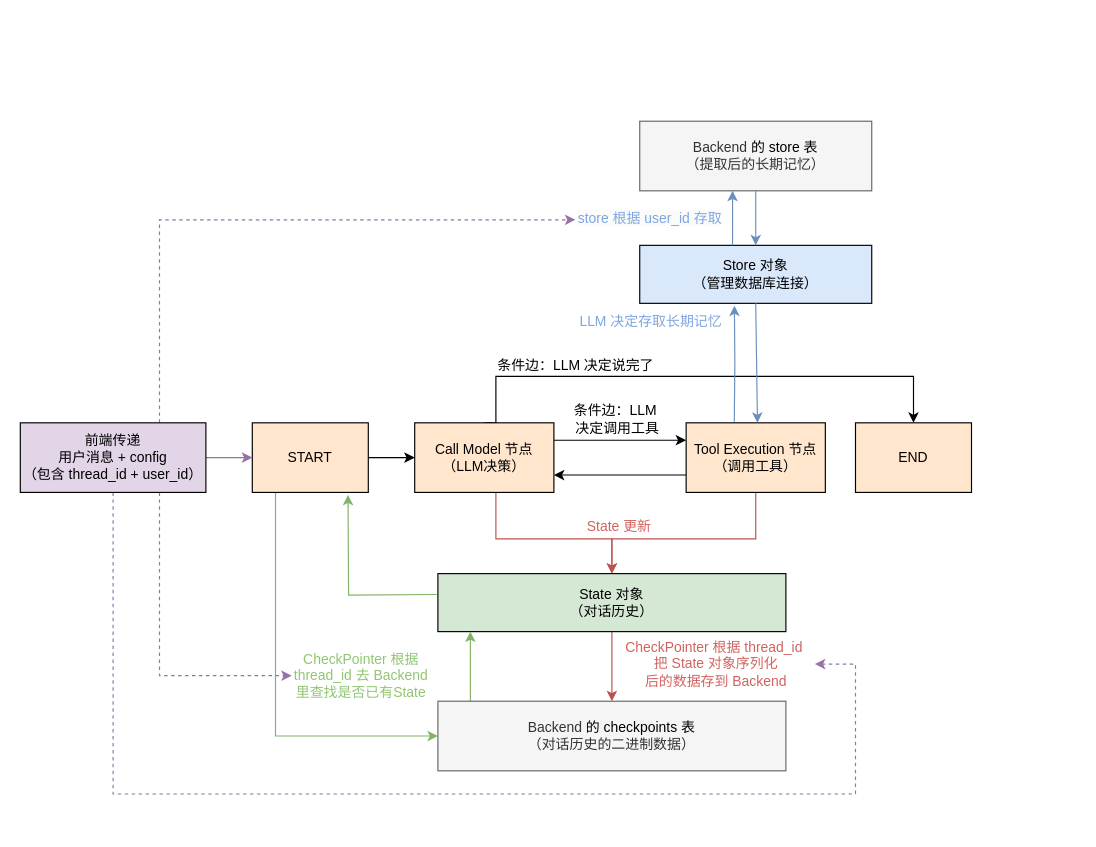
Earlier version of the draw.io diagram Notes/deepagents_memory.drawio (pluvo070/AI-Learning-Lab). Source tidied: cells renumbered, new cells numbered last; positions are measured from the earlier drawing's top-left corner, leaving out a move shared by most shapes. Both pictures are drawn from the tidied source at 116%, with x=0, y=0 at pixel (20, 121).
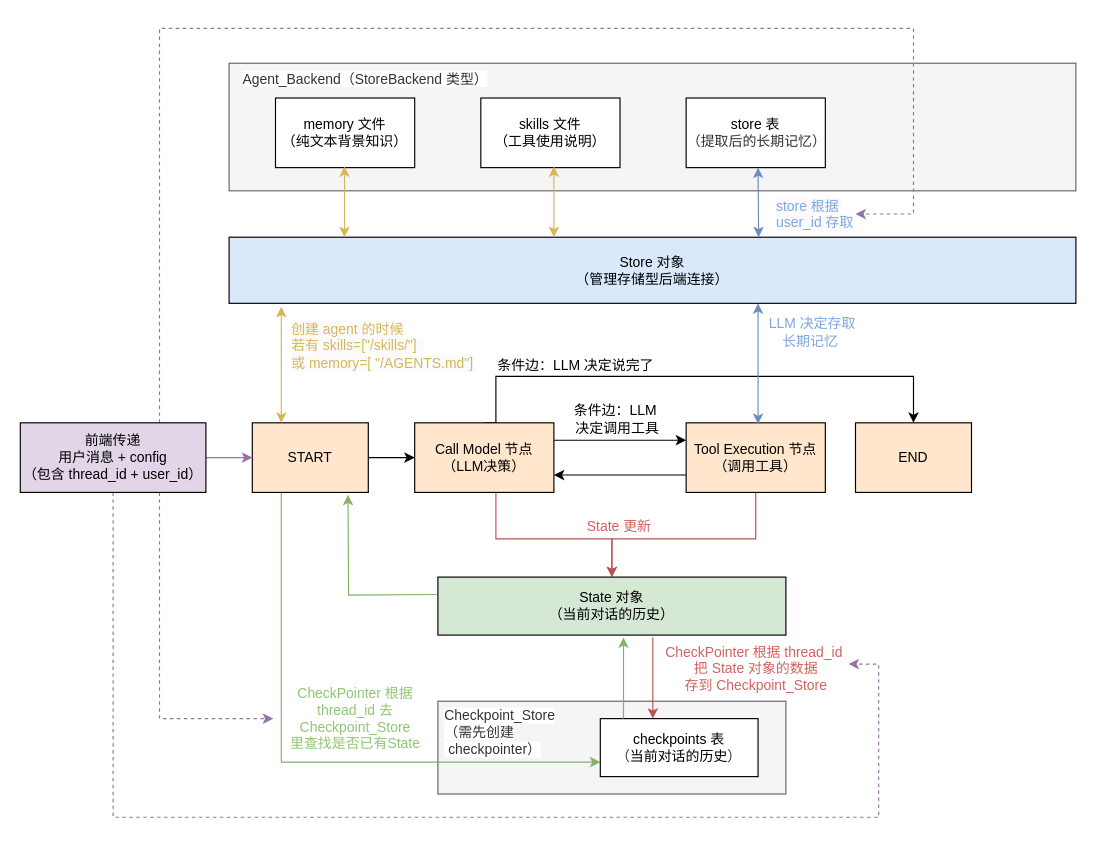
After the change.

The change refers to these unchanged cells:
```xml
<mxCell id="4" value="START" style="rounded=0;whiteSpace=wrap;html=1;fillColor=#ffe6cc;strokeColor=light-dark(#000000, #996500);" parent="1" vertex="1">
  <mxGeometry x="200" y="260" width="100" height="60" as="geometry" />
</mxCell>
<mxCell id="29" value="前端传递&lt;div&gt;&lt;span style=&quot;background-color: transparent; color: light-dark(rgb(0, 0, 0), rgb(255, 255, 255));&quot;&gt;用户消息 + config&lt;/span&gt;&lt;div&gt;（包含 thread_id + user_id）&lt;/div&gt;&lt;/div&gt;" style="rounded=0;whiteSpace=wrap;html=1;fillColor=#e1d5e7;strokeColor=#000000;" parent="1" vertex="1">
  <mxGeometry y="260" width="160" height="60" as="geometry" />
</mxCell>
```

The edit, as a diff of the source:
```diff
@@
+    <mxCell id="18" style="rounded=0;whiteSpace=wrap;html=1;fillColor=#f5f5f5;strokeColor=#666666;fontColor=#333333;" parent="1" vertex="1">
+      <mxGeometry x="360" y="500" width="300" height="80" as="geometry" />
+    </mxCell>
@@
-    <mxCell id="3" style="edgeStyle=orthogonalEdgeStyle;rounded=0;jettySize=auto;html=1;exitX=0.5;exitY=1;exitDx=0;exitDy=0;entryX=0;entryY=0.5;entryDx=0;entryDy=0;fillColor=#d5e8d4;strokeColor=#82b366;" parent="1" edge="1" source="4" target="18">
-      <mxGeometry relative="1" as="geometry">
-        <Array as="points">
-          <mxPoint x="220" y="320" />
-          <mxPoint x="220" y="530" />
-        </Array>
-      </mxGeometry>
-    </mxCell>
+    <mxCell id="36" style="edgeStyle=orthogonalEdgeStyle;rounded=0;jettySize=auto;html=1;exitX=0.25;exitY=1;exitDx=0;exitDy=0;entryX=0;entryY=0.75;entryDx=0;entryDy=0;fillColor=#d5e8d4;strokeColor=#82b366;" parent="1" edge="1" source="4" target="39">
+      <mxGeometry relative="1" as="geometry" />
+    </mxCell>
@@
-    <mxCell id="15" style="edgeStyle=orthogonalEdgeStyle;rounded=0;jettySize=auto;html=1;exitX=0.5;exitY=1;exitDx=0;exitDy=0;entryX=0.5;entryY=0;entryDx=0;entryDy=0;fillColor=#f8cecc;strokeColor=#b85450;" parent="1" edge="1" source="16" target="18">
-      <mxGeometry relative="1" as="geometry" />
-    </mxCell>
-    <mxCell id="16" value="State 对象&lt;div&gt;（对话历史）&lt;/div&gt;" style="rounded=0;whiteSpace=wrap;html=1;fillColor=#d5e8d4;strokeColor=light-dark(#000000, #5c79a3);" parent="1" vertex="1">
-      <mxGeometry x="360" y="390" width="300" height="50" as="geometry" />
+    <mxCell id="16" value="State 对象&lt;div&gt;（当前对话的历史）&lt;/div&gt;" style="rounded=0;whiteSpace=wrap;html=1;fillColor=#d5e8d4;strokeColor=light-dark(#000000, #5c79a3);" parent="1" vertex="1">
+      <mxGeometry x="360" y="393" width="300" height="50" as="geometry" />
     </mxCell>
-    <mxCell id="17" style="edgeStyle=orthogonalEdgeStyle;rounded=0;orthogonalLoop=1;jettySize=auto;html=1;exitX=0.25;exitY=0;exitDx=0;exitDy=0;entryX=0.25;entryY=1;entryDx=0;entryDy=0;fillColor=#d5e8d4;strokeColor=#82b366;" parent="1" edge="1">
-      <mxGeometry relative="1" as="geometry">
-        <mxPoint x="388" y="500" as="sourcePoint" />
-        <mxPoint x="388" y="440" as="targetPoint" />
-      </mxGeometry>
-    </mxCell>
-    <mxCell id="18" value="Backend&amp;nbsp;&lt;span style=&quot;background-color: transparent; color: light-dark(rgb(0, 0, 0), rgb(255, 255, 255));&quot;&gt;的 checkpoints 表&lt;/span&gt;&lt;div&gt;（对话历史的二进制数据）&lt;/div&gt;" style="rounded=0;whiteSpace=wrap;html=1;fillColor=#f5f5f5;strokeColor=#666666;fontColor=#333333;" parent="1" vertex="1">
-      <mxGeometry x="360" y="500" width="300" height="60" as="geometry" />
-    </mxCell>
-    <mxCell id="19" value="CheckPointer 根据&lt;div&gt;thread_id 去 Backend&lt;/div&gt;&lt;div&gt;里查找是否已有State&lt;/div&gt;" style="text;strokeColor=none;align=center;fillColor=none;html=1;verticalAlign=middle;whiteSpace=wrap;rounded=0;fontColor=light-dark(#90C671,#EDEDED);" parent="1" vertex="1">
-      <mxGeometry x="234" y="443" width="120" height="70" as="geometry" />
+    <mxCell id="19" value="CheckPointer 根据&lt;div&gt;thread_id 去 Checkpoint_Store&lt;/div&gt;&lt;div&gt;里查找是否已有State&lt;/div&gt;" style="text;strokeColor=none;align=center;fillColor=none;html=1;verticalAlign=middle;whiteSpace=wrap;rounded=0;fontColor=light-dark(#90C671,#EDEDED);" parent="1" vertex="1">
+      <mxGeometry x="218" y="480" width="142" height="70" as="geometry" />
     </mxCell>
@@
-    <mxCell id="21" value="CheckPointer 根据&amp;nbsp;&lt;span style=&quot;background-color: transparent;&quot;&gt;thread_id&amp;nbsp;&lt;/span&gt;&lt;div&gt;把 State 对象序列化&lt;div&gt;后的数据存到 Backend&lt;/div&gt;&lt;/div&gt;" style="text;strokeColor=none;align=center;fillColor=none;html=1;verticalAlign=middle;whiteSpace=wrap;rounded=0;fontColor=light-dark(#D0635F,#D0635F);" parent="1" vertex="1">
-      <mxGeometry x="515" y="443" width="170" height="50" as="geometry" />
+    <mxCell id="21" value="CheckPointer 根据&amp;nbsp;&lt;span style=&quot;background-color: transparent;&quot;&gt;thread_id&amp;nbsp;&lt;/span&gt;&lt;div&gt;把 State 对象&lt;span style=&quot;background-color: transparent; color: light-dark(rgb(208, 99, 95), rgb(208, 99, 95));&quot;&gt;的数据&lt;/span&gt;&lt;/div&gt;&lt;div&gt;&lt;span style=&quot;background-color: transparent; color: light-dark(rgb(208, 99, 95), rgb(208, 99, 95));&quot;&gt;存到 Checkpoint_Store&lt;/span&gt;&lt;/div&gt;" style="text;strokeColor=none;align=center;fillColor=none;html=1;verticalAlign=middle;whiteSpace=wrap;rounded=0;fontColor=light-dark(#D0635F,#D0635F);" parent="1" vertex="1">
+      <mxGeometry x="555" y="447" width="159" height="50" as="geometry" />
     </mxCell>
@@
-    <mxCell id="23" value="Backend&amp;nbsp;&lt;span style=&quot;background-color: transparent; color: light-dark(rgb(0, 0, 0), rgb(255, 255, 255));&quot;&gt;的 store 表&lt;/span&gt;&lt;div&gt;（提取后的长期记忆）&lt;/div&gt;" style="rounded=0;whiteSpace=wrap;html=1;fillColor=#f5f5f5;strokeColor=#666666;fontColor=#333333;" parent="1" vertex="1">
-      <mxGeometry x="534" width="200" height="60" as="geometry" />
+    <mxCell id="23" value="&lt;span style=&quot;background-color: transparent; color: light-dark(rgb(0, 0, 0), rgb(255, 255, 255));&quot;&gt;&lt;br&gt;&lt;/span&gt;" style="rounded=0;whiteSpace=wrap;html=1;fillColor=#f5f5f5;strokeColor=#666666;fontColor=#333333;" parent="1" vertex="1">
+      <mxGeometry x="180" y="-50" width="730" height="110" as="geometry" />
     </mxCell>
-    <mxCell id="24" value="LLM 决定存取&lt;span style=&quot;background-color: transparent; color: light-dark(rgb(126, 166, 224), rgb(237, 237, 237));&quot;&gt;长期记忆&lt;/span&gt;&lt;span style=&quot;background-color: transparent; color: light-dark(rgb(126, 166, 224), rgb(237, 237, 237));&quot;&gt;&amp;nbsp;&lt;/span&gt;" style="text;strokeColor=none;align=center;fillColor=none;html=1;verticalAlign=middle;whiteSpace=wrap;rounded=0;fontColor=light-dark(#7EA6E0,#EDEDED);" parent="1" vertex="1">
-      <mxGeometry x="466.2" y="148" width="159" height="50" as="geometry" />
+    <mxCell id="24" value="LLM 决定存取&lt;div&gt;&lt;span style=&quot;background-color: transparent; color: light-dark(rgb(126, 166, 224), rgb(237, 237, 237));&quot;&gt;长期记忆&lt;/span&gt;&lt;span style=&quot;background-color: transparent; color: light-dark(rgb(126, 166, 224), rgb(237, 237, 237));&quot;&gt;&amp;nbsp;&lt;/span&gt;&lt;/div&gt;" style="text;strokeColor=none;align=center;fillColor=none;html=1;verticalAlign=middle;whiteSpace=wrap;rounded=0;fontColor=light-dark(#7EA6E0,#EDEDED);" parent="1" vertex="1">
+      <mxGeometry x="636" y="156.5" width="93.8" height="50" as="geometry" />
     </mxCell>
@@
+    <mxCell id="28" style="edgeStyle=orthogonalEdgeStyle;rounded=0;jettySize=auto;html=1;exitX=0.5;exitY=1;exitDx=0;exitDy=0;fillColor=#e1d5e7;strokeColor=#9673a6;dashed=1;" parent="1" edge="1" source="29" target="21">
+      <mxGeometry relative="1" as="geometry">
+        <Array as="points">
+          <mxPoint x="80" y="600" />
+          <mxPoint x="740" y="600" />
+          <mxPoint x="740" y="468" />
+        </Array>
+      </mxGeometry>
+    </mxCell>
-    <mxCell id="27" style="edgeStyle=orthogonalEdgeStyle;rounded=0;jettySize=auto;html=1;exitX=0.75;exitY=0;exitDx=0;exitDy=0;entryX=0;entryY=0.5;entryDx=0;entryDy=0;fillColor=#e1d5e7;strokeColor=#9673a6;dashed=1;" parent="1" edge="1" source="29" target="32">
-      <mxGeometry relative="1" as="geometry" />
+    <mxCell id="27" style="edgeStyle=orthogonalEdgeStyle;rounded=0;jettySize=auto;html=1;exitX=0.75;exitY=0;exitDx=0;exitDy=0;entryX=1;entryY=0.5;entryDx=0;entryDy=0;fillColor=#e1d5e7;strokeColor=#9673a6;dashed=1;" parent="1" edge="1" source="29" target="32">
+      <mxGeometry relative="1" as="geometry">
+        <Array as="points">
+          <mxPoint x="120" y="-80" />
+          <mxPoint x="770" y="-80" />
+          <mxPoint x="770" y="80" />
+        </Array>
+      </mxGeometry>
     </mxCell>
-    <mxCell id="28" style="edgeStyle=orthogonalEdgeStyle;rounded=0;jettySize=auto;html=1;exitX=0.5;exitY=1;exitDx=0;exitDy=0;fillColor=#e1d5e7;strokeColor=#9673a6;dashed=1;" parent="1" edge="1" source="29" target="21">
-      <mxGeometry relative="1" as="geometry">
-        <Array as="points">
-          <mxPoint x="80" y="580" />
-          <mxPoint x="720" y="580" />
-          <mxPoint x="720" y="468" />
-        </Array>
-      </mxGeometry>
-    </mxCell>
@@
-    <mxCell id="30" style="edgeStyle=orthogonalEdgeStyle;rounded=0;orthogonalLoop=1;jettySize=auto;html=1;exitX=0;exitY=0;exitDx=0;exitDy=0;fillColor=#dae8fc;strokeColor=#6c8ebf;entryX=0.408;entryY=1.06;entryDx=0;entryDy=0;entryPerimeter=0;" parent="1" edge="1">
-      <mxGeometry relative="1" as="geometry">
-        <mxPoint x="615.5" y="259" as="sourcePoint" />
-        <mxPoint x="615.6" y="159" as="targetPoint" />
-      </mxGeometry>
-    </mxCell>
-    <mxCell id="31" value="Store 对象&lt;div&gt;（管理数据库连接）&lt;/div&gt;" style="rounded=0;whiteSpace=wrap;html=1;fillColor=#dae8fc;strokeColor=light-dark(#000000, #5c79a3);" parent="1" vertex="1">
-      <mxGeometry x="534" y="107" width="200" height="50" as="geometry" />
+    <mxCell id="31" value="Store 对象&lt;div&gt;（管理存储型后端连接）&lt;/div&gt;" style="rounded=0;whiteSpace=wrap;html=1;fillColor=#dae8fc;strokeColor=light-dark(#000000, #5c79a3);" parent="1" vertex="1">
+      <mxGeometry x="180" y="100" width="730" height="57" as="geometry" />
     </mxCell>
-    <mxCell id="32" value="&lt;span style=&quot;color: rgb(126, 166, 224); font-family: Helvetica; font-size: 12px; font-style: normal; font-variant-ligatures: normal; font-variant-caps: normal; font-weight: 400; letter-spacing: normal; orphans: 2; text-align: center; text-indent: 0px; text-transform: none; widows: 2; word-spacing: 0px; -webkit-text-stroke-width: 0px; white-space: normal; background-color: rgb(251, 251, 251); text-decoration-thickness: initial; text-decoration-style: initial; text-decoration-color: initial; display: inline !important; float: none;&quot;&gt;store 根据 user_id 存取&lt;/span&gt;" style="text;whiteSpace=wrap;html=1;" parent="1" vertex="1">
-      <mxGeometry x="478.5" y="70" width="130.5" height="30" as="geometry" />
+    <mxCell id="32" value="&lt;span style=&quot;color: rgb(126, 166, 224); font-family: Helvetica; font-size: 12px; font-style: normal; font-variant-ligatures: normal; font-variant-caps: normal; font-weight: 400; letter-spacing: normal; orphans: 2; text-align: center; text-indent: 0px; text-transform: none; widows: 2; word-spacing: 0px; -webkit-text-stroke-width: 0px; white-space: normal; background-color: rgb(251, 251, 251); text-decoration-thickness: initial; text-decoration-style: initial; text-decoration-color: initial; float: none; display: inline !important;&quot;&gt;store 根据&amp;nbsp;&lt;/span&gt;&lt;div&gt;&lt;span style=&quot;color: rgb(126, 166, 224); font-family: Helvetica; font-size: 12px; font-style: normal; font-variant-ligatures: normal; font-variant-caps: normal; font-weight: 400; letter-spacing: normal; orphans: 2; text-align: center; text-indent: 0px; text-transform: none; widows: 2; word-spacing: 0px; -webkit-text-stroke-width: 0px; white-space: normal; background-color: rgb(251, 251, 251); text-decoration-thickness: initial; text-decoration-style: initial; text-decoration-color: initial; float: none; display: inline !important;&quot;&gt;user_id 存取&lt;/span&gt;&lt;/div&gt;" style="text;whiteSpace=wrap;html=1;" parent="1" vertex="1">
+      <mxGeometry x="650" y="60" width="70" height="40" as="geometry" />
     </mxCell>
-    <mxCell id="33" style="endArrow=classic;html=1;rounded=0;fillColor=#dae8fc;strokeColor=#6c8ebf;" parent="1" edge="1">
-      <mxGeometry relative="1" as="geometry">
-        <mxPoint x="614" y="107" as="sourcePoint" />
-        <mxPoint x="614" y="60" as="targetPoint" />
-      </mxGeometry>
-    </mxCell>
-    <mxCell id="34" style="endArrow=classic;html=1;rounded=0;exitX=0.5;exitY=1;exitDx=0;exitDy=0;entryX=0.5;entryY=0;entryDx=0;entryDy=0;fillColor=#dae8fc;strokeColor=#6c8ebf;" parent="1" edge="1" source="23" target="31">
-      <mxGeometry relative="1" as="geometry" />
+    <mxCell id="34" style="endArrow=classic;html=1;rounded=0;entryX=0.5;entryY=0;entryDx=0;entryDy=0;fillColor=#dae8fc;strokeColor=#6c8ebf;startArrow=classic;startFill=1;" parent="1" edge="1">
+      <mxGeometry relative="1" as="geometry">
+        <mxPoint x="636" y="40" as="sourcePoint" />
+        <mxPoint x="636.5" y="100" as="targetPoint" />
+      </mxGeometry>
     </mxCell>
-    <mxCell id="35" style="endArrow=classic;html=1;rounded=0;exitX=0.5;exitY=1;exitDx=0;exitDy=0;fillColor=#dae8fc;strokeColor=#6c8ebf;" parent="1" edge="1" source="31">
+    <mxCell id="35" style="endArrow=classic;html=1;rounded=0;fillColor=#dae8fc;strokeColor=#6c8ebf;startArrow=classic;startFill=1;" parent="1" edge="1">
       <mxGeometry relative="1" as="geometry">
-        <mxPoint x="635.5" y="260" as="targetPoint" />
+        <mxPoint x="636" y="157" as="sourcePoint" />
+        <mxPoint x="636" y="261" as="targetPoint" />
       </mxGeometry>
     </mxCell>
+    <mxCell id="37" value="&lt;span style=&quot;background-color: transparent; color: light-dark(rgb(0, 0, 0), rgb(255, 255, 255));&quot;&gt;store 表&lt;/span&gt;&lt;div style=&quot;color: rgb(51, 51, 51);&quot;&gt;（提取后的长期记忆）&lt;/div&gt;" style="rounded=0;whiteSpace=wrap;html=1;" parent="1" vertex="1">
+      <mxGeometry x="574" y="-20" width="120" height="60" as="geometry" />
+    </mxCell>
+    <mxCell id="38" value="&lt;span style=&quot;color: rgb(51, 51, 51); font-family: Helvetica; font-size: 12px; font-style: normal; font-variant-ligatures: normal; font-variant-caps: normal; font-weight: 400; letter-spacing: normal; orphans: 2; text-align: center; text-indent: 0px; text-transform: none; widows: 2; word-spacing: 0px; -webkit-text-stroke-width: 0px; white-space: normal; background-color: rgb(255, 255, 255); text-decoration-thickness: initial; text-decoration-style: initial; text-decoration-color: initial; float: none; display: inline !important;&quot;&gt;Agent_Backend（StoreBackend 类型）&lt;/span&gt;" style="text;whiteSpace=wrap;html=1;" parent="1" vertex="1">
+      <mxGeometry x="190" y="-50" width="250" height="20" as="geometry" />
+    </mxCell>
+    <mxCell id="39" value="&lt;span style=&quot;background-color: transparent; color: light-dark(rgb(0, 0, 0), rgb(255, 255, 255));&quot;&gt;checkpoints 表&lt;/span&gt;&lt;div style=&quot;color: rgb(51, 51, 51);&quot;&gt;（&lt;span style=&quot;color: rgb(0, 0, 0);&quot;&gt;当前对话的历史&lt;/span&gt;）&lt;/div&gt;" style="rounded=0;whiteSpace=wrap;html=1;" parent="1" vertex="1">
+      <mxGeometry x="500" y="515" width="136" height="50" as="geometry" />
+    </mxCell>
+    <mxCell id="40" value="&lt;span style=&quot;color: rgb(51, 51, 51); font-family: Helvetica; font-size: 12px; font-style: normal; font-variant-ligatures: normal; font-variant-caps: normal; font-weight: 400; letter-spacing: normal; orphans: 2; text-align: center; text-indent: 0px; text-transform: none; widows: 2; word-spacing: 0px; -webkit-text-stroke-width: 0px; white-space: normal; background-color: rgb(255, 255, 255); text-decoration-thickness: initial; text-decoration-style: initial; text-decoration-color: initial; float: none; display: inline !important;&quot;&gt;Checkpoint_Store&lt;/span&gt;&lt;div&gt;&lt;span style=&quot;color: rgb(51, 51, 51); font-family: Helvetica; font-size: 12px; font-style: normal; font-variant-ligatures: normal; font-variant-caps: normal; font-weight: 400; letter-spacing: normal; orphans: 2; text-align: center; text-indent: 0px; text-transform: none; widows: 2; word-spacing: 0px; -webkit-text-stroke-width: 0px; white-space: normal; background-color: rgb(255, 255, 255); text-decoration-thickness: initial; text-decoration-style: initial; text-decoration-color: initial; float: none; display: inline !important;&quot;&gt;（需先创建&lt;/span&gt;&lt;/div&gt;&lt;div&gt;&lt;span style=&quot;background-color: light-dark(rgb(255, 255, 255), rgb(255, 255, 255)); color: light-dark(rgb(51, 51, 51), rgb(51, 51, 51)); text-align: center;&quot;&gt;&amp;nbsp;checkpointer）&lt;/span&gt;&lt;/div&gt;" style="text;whiteSpace=wrap;html=1;" parent="1" vertex="1">
+      <mxGeometry x="364.2" y="499" width="152.8" height="60" as="geometry" />
+    </mxCell>
+    <mxCell id="41" style="endArrow=classic;html=1;rounded=0;entryX=0.25;entryY=0;entryDx=0;entryDy=0;fillColor=#f8cecc;strokeColor=#b85450;" parent="1" edge="1">
+      <mxGeometry relative="1" as="geometry">
+        <mxPoint x="545.3" y="445" as="sourcePoint" />
+        <mxPoint x="545.3" y="515" as="targetPoint" />
+      </mxGeometry>
+    </mxCell>
+    <mxCell id="42" style="endArrow=classic;html=1;rounded=0;fillColor=#d5e8d4;strokeColor=#82b366;" parent="1" edge="1">
+      <mxGeometry relative="1" as="geometry">
+        <mxPoint x="520" y="515" as="sourcePoint" />
+        <mxPoint x="520" y="445" as="targetPoint" />
+      </mxGeometry>
+    </mxCell>
+    <mxCell id="43" value="memory 文件&lt;div&gt;（纯文本背景知识）&lt;/div&gt;" style="rounded=0;whiteSpace=wrap;html=1;" parent="1" vertex="1">
+      <mxGeometry x="220" y="-20" width="120" height="60" as="geometry" />
+    </mxCell>
+    <mxCell id="44" value="skills 文件&lt;div&gt;（工具使用说明）&lt;/div&gt;" style="rounded=0;whiteSpace=wrap;html=1;" parent="1" vertex="1">
+      <mxGeometry x="397" y="-20" width="120" height="60" as="geometry" />
+    </mxCell>
+    <mxCell id="45" value="&lt;span style=&quot;font-family: Helvetica; font-size: 12px; font-style: normal; font-variant-ligatures: normal; font-variant-caps: normal; font-weight: 400; letter-spacing: normal; orphans: 2; text-align: center; text-indent: 0px; text-transform: none; widows: 2; word-spacing: 0px; -webkit-text-stroke-width: 0px; white-space: normal; background-color: rgb(251, 251, 251); text-decoration-thickness: initial; text-decoration-style: initial; text-decoration-color: initial; float: none; display: inline !important;&quot;&gt;创建 agent 的时候&lt;/span&gt;&lt;div&gt;&lt;span style=&quot;font-family: Helvetica; font-size: 12px; font-style: normal; font-variant-ligatures: normal; font-variant-caps: normal; font-weight: 400; letter-spacing: normal; orphans: 2; text-align: center; text-indent: 0px; text-transform: none; widows: 2; word-spacing: 0px; -webkit-text-stroke-width: 0px; white-space: normal; background-color: rgb(251, 251, 251); text-decoration-thickness: initial; text-decoration-style: initial; text-decoration-color: initial; float: none; display: inline !important;&quot;&gt;若有 skills=[&quot;/skills/&quot;]&amp;nbsp;&amp;nbsp;&lt;/span&gt;&lt;/div&gt;&lt;div&gt;&lt;span style=&quot;background-color: light-dark(rgb(251, 251, 251), rgb(251, 251, 251)); text-align: center; color: light-dark(rgb(214, 182, 86), rgb(237, 237, 237));&quot;&gt;或 memory=[&lt;/span&gt;&lt;span style=&quot;text-align: center; color: light-dark(rgb(214, 182, 86), rgb(237, 237, 237)); background-color: light-dark(rgb(251, 251, 251), rgb(251, 251, 251));&quot;&gt;&amp;nbsp;&quot;/AGENTS.md&quot;&lt;/span&gt;&lt;span style=&quot;text-align: center; color: light-dark(rgb(214, 182, 86), rgb(237, 237, 237)); background-color: light-dark(rgb(251, 251, 251), rgb(251, 251, 251));&quot;&gt;]&lt;/span&gt;&lt;/div&gt;" style="text;whiteSpace=wrap;html=1;fontColor=light-dark(#d6b656, #ededed);" parent="1" vertex="1">
+      <mxGeometry x="231.9" y="166" width="166.2" height="60" as="geometry" />
+    </mxCell>
+    <mxCell id="46" style="edgeStyle=orthogonalEdgeStyle;rounded=0;jettySize=auto;html=1;exitX=0.25;exitY=0;exitDx=0;exitDy=0;fillColor=#fff2cc;strokeColor=#d6b656;startArrow=classic;startFill=1;strokeWidth=1;" parent="1" edge="1" source="4">
+      <mxGeometry relative="1" as="geometry">
+        <mxPoint x="225" y="160" as="targetPoint" />
+      </mxGeometry>
+    </mxCell>
+    <mxCell id="47" style="edgeStyle=orthogonalEdgeStyle;rounded=0;orthogonalLoop=1;jettySize=auto;html=1;exitX=0.5;exitY=1;exitDx=0;exitDy=0;entryX=0.413;entryY=0.013;entryDx=0;entryDy=0;entryPerimeter=0;startArrow=classic;startFill=1;fillColor=#fff2cc;strokeColor=#d6b656;" parent="1" edge="1">
+      <mxGeometry relative="1" as="geometry">
+        <mxPoint x="279.5" y="39" as="sourcePoint" />
+        <mxPoint x="279.5" y="100" as="targetPoint" />
+        <Array as="points">
+          <mxPoint x="279.5" y="59" />
+          <mxPoint x="279.5" y="59" />
+        </Array>
+      </mxGeometry>
+    </mxCell>
+    <mxCell id="48" style="edgeStyle=orthogonalEdgeStyle;rounded=0;orthogonalLoop=1;jettySize=auto;html=1;exitX=0.5;exitY=1;exitDx=0;exitDy=0;entryX=0.413;entryY=0.013;entryDx=0;entryDy=0;entryPerimeter=0;startArrow=classic;startFill=1;fillColor=#fff2cc;strokeColor=#d6b656;" parent="1" edge="1">
+      <mxGeometry relative="1" as="geometry">
+        <mxPoint x="460" y="39" as="sourcePoint" />
+        <mxPoint x="460" y="100" as="targetPoint" />
+        <Array as="points">
+          <mxPoint x="460" y="59" />
+          <mxPoint x="460" y="59" />
+        </Array>
+      </mxGeometry>
+    </mxCell>
```
